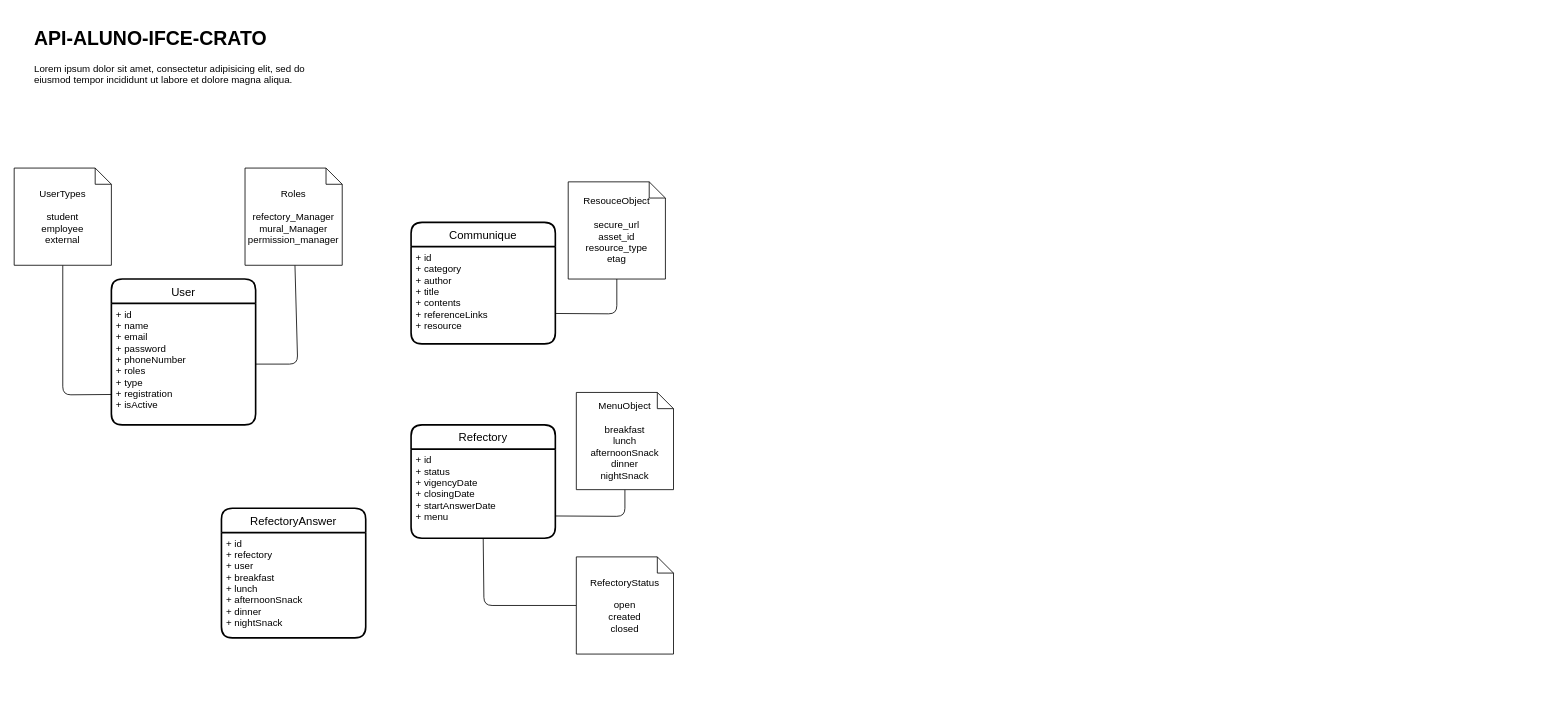
Above: docs/db.drawio in Jeferson-Mendes/api-aluno-ifce-crato (draw.io), before the change. Source tidied: cells renumbered, new cells numbered last; positions are measured from the earlier drawing's top-left corner, leaving out a move shared by most shapes. Both pictures are drawn from the tidied source at 81%, with x=0, y=0 at pixel (14, 22).
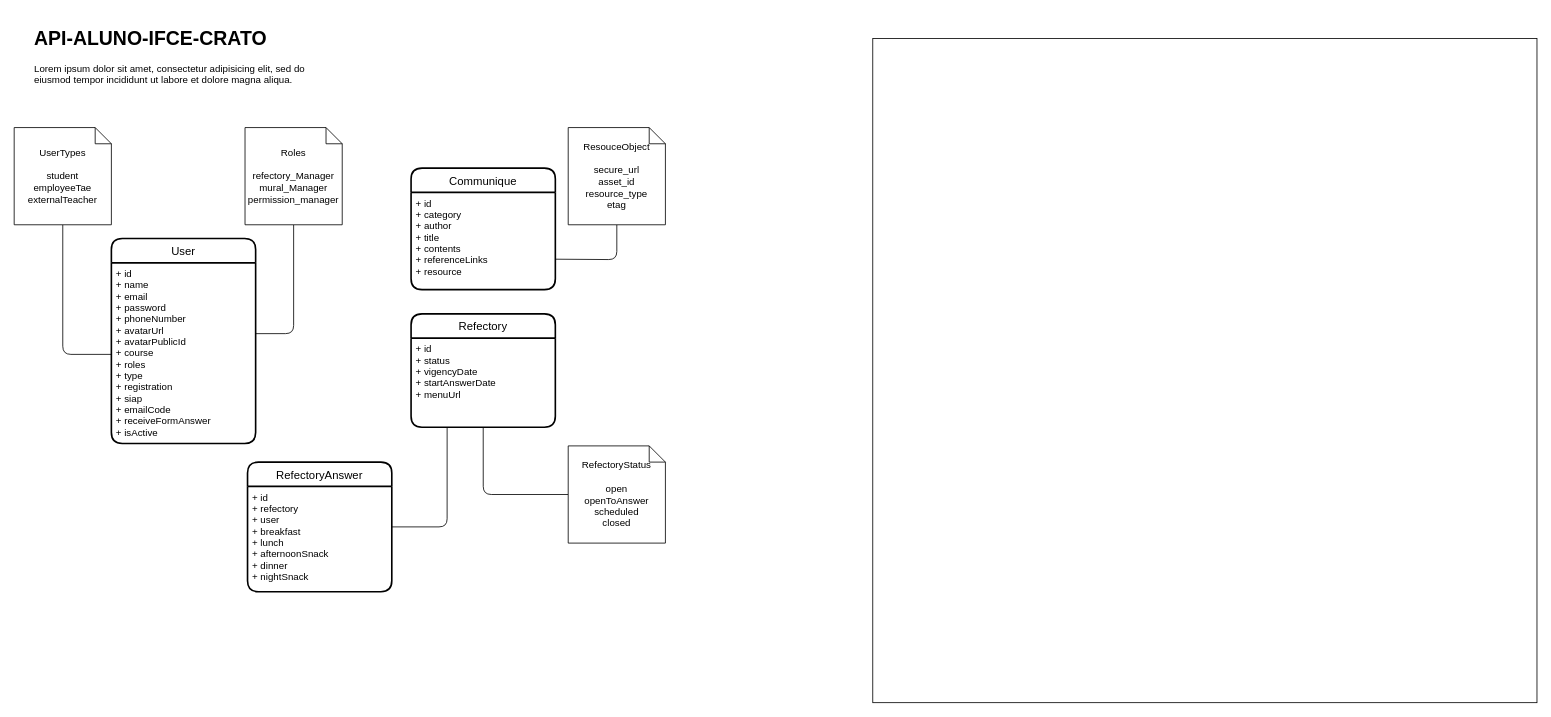
Above is the later version.

What changed in the source:
```diff
@@
+    <mxCell id="21" style="whiteSpace=wrap;html=1;imageAspect=0;fillColor=#FFFFFF;" parent="1" vertex="1">
+      <mxGeometry x="1060" y="20" width="820" height="820" as="geometry" />
+    </mxCell>
     <mxCell id="2" value="User" style="swimlane;horizontal=1;startSize=30;rounded=1;fontSize=14;fontStyle=0;strokeWidth=2;shadow=0;dashed=0;align=center;" parent="1" vertex="1">
-      <mxGeometry x="120" y="317" width="178.1" height="180" as="geometry" />
+      <mxGeometry x="120" y="267" width="178.1" height="253" as="geometry" />
     </mxCell>
-    <mxCell id="3" value="+ id&#10;+ name&#10;+ email&#10;+ password&#10;+ phoneNumber&#10;+ roles&#10;+ type&#10;+ registration&#10;+ isActive" style="align=left;strokeColor=none;fillColor=none;spacingLeft=4;fontSize=12;verticalAlign=top;" parent="2" vertex="1">
-      <mxGeometry y="30" width="178.1" height="150" as="geometry" />
+    <mxCell id="3" value="+ id&#10;+ name&#10;+ email&#10;+ password&#10;+ phoneNumber&#10;+ avatarUrl&#10;+ avatarPublicId&#10;+ course&#10;+ roles&#10;+ type&#10;+ registration&#10;+ siap&#10;+ emailCode&#10;+ receiveFormAnswer&#10;+ isActive" style="align=left;strokeColor=none;fillColor=none;spacingLeft=4;fontSize=12;verticalAlign=top;" parent="2" vertex="1">
+      <mxGeometry y="30" width="178.1" height="223" as="geometry" />
     </mxCell>
     <mxCell id="4" value="Communique" style="swimlane;horizontal=1;startSize=30;rounded=1;fontSize=14;fontStyle=0;strokeWidth=2;shadow=0;dashed=0;align=center;" parent="1" vertex="1">
-      <mxGeometry x="490" y="247" width="178.1" height="150" as="geometry" />
+      <mxGeometry x="490" y="180" width="178.1" height="150" as="geometry" />
     </mxCell>
@@
     <mxCell id="6" style="edgeStyle=none;html=1;entryX=1;entryY=0.75;entryDx=0;entryDy=0;endArrow=none;endFill=0;" parent="1" edge="1" source="7" target="4">
       <mxGeometry relative="1" as="geometry">
         <Array as="points">
-          <mxPoint x="744" y="360" />
+          <mxPoint x="744" y="293" />
         </Array>
       </mxGeometry>
     </mxCell>
     <mxCell id="7" value="ResouceObject&lt;br&gt;&lt;br&gt;secure_url&lt;br&gt;asset_id&lt;br&gt;resource_type&lt;br&gt;etag" style="shape=note;size=20;whiteSpace=wrap;html=1;" parent="1" vertex="1">
-      <mxGeometry x="684" y="197" width="120" height="120" as="geometry" />
+      <mxGeometry x="684" y="130" width="120" height="120" as="geometry" />
     </mxCell>
     <mxCell id="8" value="Refectory" style="swimlane;horizontal=1;startSize=30;rounded=1;fontSize=14;fontStyle=0;strokeWidth=2;shadow=0;dashed=0;align=center;" parent="1" vertex="1">
-      <mxGeometry x="490" y="497" width="178.1" height="140" as="geometry" />
+      <mxGeometry x="490" y="360" width="178.1" height="140" as="geometry" />
     </mxCell>
-    <mxCell id="9" value="+ id&#10;+ status&#10;+ vigencyDate&#10;+ closingDate&#10;+ startAnswerDate&#10;+ menu" style="align=left;strokeColor=none;fillColor=none;spacingLeft=4;fontSize=12;verticalAlign=top;" parent="8" vertex="1">
+    <mxCell id="9" value="+ id&#10;+ status&#10;+ vigencyDate&#10;+ startAnswerDate&#10;+ menuUrl" style="align=left;strokeColor=none;fillColor=none;spacingLeft=4;fontSize=12;verticalAlign=top;" parent="8" vertex="1">
       <mxGeometry y="30" width="178.1" height="110" as="geometry" />
     </mxCell>
-    <mxCell id="10" style="edgeStyle=none;html=1;entryX=1;entryY=0.75;entryDx=0;entryDy=0;endArrow=none;endFill=0;" parent="1" edge="1" source="11" target="9">
-      <mxGeometry relative="1" as="geometry">
-        <Array as="points">
-          <mxPoint x="754" y="610" />
-        </Array>
-      </mxGeometry>
-    </mxCell>
-    <mxCell id="11" value="MenuObject&lt;br&gt;&lt;br&gt;breakfast&lt;br&gt;lunch&lt;br&gt;afternoonSnack&lt;br&gt;dinner&lt;br&gt;nightSnack" style="shape=note;size=20;whiteSpace=wrap;html=1;" parent="1" vertex="1">
-      <mxGeometry x="694" y="457" width="120" height="120" as="geometry" />
-    </mxCell>
-    <mxCell id="12" style="edgeStyle=none;html=1;entryX=0;entryY=0.75;entryDx=0;entryDy=0;endArrow=none;endFill=0;" parent="1" edge="1" source="13" target="3">
+    <mxCell id="12" style="edgeStyle=orthogonalEdgeStyle;html=1;endArrow=none;endFill=0;" parent="1" edge="1" source="13">
       <mxGeometry relative="1" as="geometry">
+        <mxPoint x="120" y="410" as="targetPoint" />
         <Array as="points">
-          <mxPoint x="60" y="460" />
+          <mxPoint x="60" y="410" />
         </Array>
       </mxGeometry>
     </mxCell>
-    <mxCell id="13" value="UserTypes&lt;br&gt;&lt;br&gt;student&lt;br&gt;&lt;div&gt;employee&lt;/div&gt;&lt;div&gt;external&lt;/div&gt;" style="shape=note;size=20;whiteSpace=wrap;html=1;" parent="1" vertex="1">
-      <mxGeometry y="180" width="120" height="120" as="geometry" />
+    <mxCell id="13" value="UserTypes&lt;br&gt;&lt;br&gt;student&lt;br&gt;&lt;div&gt;employeeTae&lt;/div&gt;&lt;div&gt;externalTeacher&lt;/div&gt;" style="shape=note;size=20;whiteSpace=wrap;html=1;" parent="1" vertex="1">
+      <mxGeometry y="130" width="120" height="120" as="geometry" />
     </mxCell>
@@
-    <mxCell id="15" style="edgeStyle=none;html=1;entryX=1;entryY=0.5;entryDx=0;entryDy=0;endArrow=none;endFill=0;" parent="1" edge="1" source="16" target="3">
-      <mxGeometry relative="1" as="geometry">
-        <Array as="points">
-          <mxPoint x="350" y="422" />
-        </Array>
-      </mxGeometry>
+    <mxCell id="15" style="edgeStyle=orthogonalEdgeStyle;html=1;entryX=0.999;entryY=0.392;entryDx=0;entryDy=0;endArrow=none;endFill=0;entryPerimeter=0;" parent="1" edge="1" source="16" target="3">
+      <mxGeometry relative="1" as="geometry" />
     </mxCell>
     <mxCell id="16" value="Roles&lt;br&gt;&lt;br&gt;&lt;div&gt;refectory_Manager&lt;/div&gt;&lt;div&gt;mural_Manager&lt;/div&gt;&lt;div&gt;permission_manager&lt;/div&gt;" style="shape=note;size=20;whiteSpace=wrap;html=1;" parent="1" vertex="1">
-      <mxGeometry x="285" y="180" width="120" height="120" as="geometry" />
+      <mxGeometry x="285" y="130" width="120" height="120" as="geometry" />
     </mxCell>
-    <mxCell id="17" style="edgeStyle=none;html=1;entryX=0.5;entryY=1;entryDx=0;entryDy=0;endArrow=none;endFill=0;" parent="1" edge="1" source="18" target="9">
-      <mxGeometry relative="1" as="geometry">
-        <Array as="points">
-          <mxPoint x="580" y="720" />
-        </Array>
-      </mxGeometry>
+    <mxCell id="17" style="edgeStyle=orthogonalEdgeStyle;html=1;entryX=0.5;entryY=1;entryDx=0;entryDy=0;endArrow=none;endFill=0;" parent="1" edge="1" source="18" target="9">
+      <mxGeometry relative="1" as="geometry" />
     </mxCell>
-    <mxCell id="18" value="RefectoryStatus&lt;br&gt;&lt;br&gt;&lt;div&gt;open&lt;/div&gt;&lt;div&gt;created&lt;/div&gt;&lt;div&gt;closed&lt;/div&gt;" style="shape=note;size=20;whiteSpace=wrap;html=1;" parent="1" vertex="1">
-      <mxGeometry x="694" y="660" width="120" height="120" as="geometry" />
+    <mxCell id="18" value="RefectoryStatus&lt;br&gt;&lt;br&gt;&lt;div&gt;open&lt;/div&gt;&lt;div&gt;openToAnswer&lt;br&gt;scheduled&lt;/div&gt;&lt;div&gt;closed&lt;/div&gt;" style="shape=note;size=20;whiteSpace=wrap;html=1;" parent="1" vertex="1">
+      <mxGeometry x="684" y="523" width="120" height="120" as="geometry" />
     </mxCell>
+    <mxCell id="22" style="edgeStyle=orthogonalEdgeStyle;html=1;entryX=0.25;entryY=1;entryDx=0;entryDy=0;endArrow=none;endFill=0;" parent="1" edge="1" source="19" target="9">
+      <mxGeometry relative="1" as="geometry" />
+    </mxCell>
     <mxCell id="19" value="RefectoryAnswer" style="swimlane;horizontal=1;startSize=30;rounded=1;fontSize=14;fontStyle=0;strokeWidth=2;shadow=0;dashed=0;align=center;" parent="1" vertex="1">
-      <mxGeometry x="255.9" y="600" width="178.1" height="160" as="geometry" />
+      <mxGeometry x="288.1" y="543" width="178.1" height="160" as="geometry" />
     </mxCell>
```
